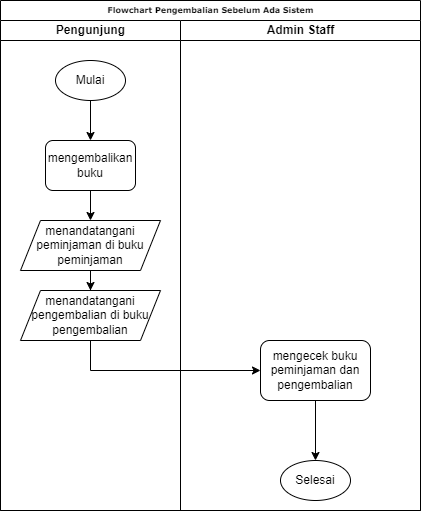
Above: img/Diagram Pusaka-Page-5.drawio.png in rikkamoe/ta-storage (draw.io), before the change. Source tidied: cells renumbered, new cells last; positions are measured from the earlier drawing's top-left corner, leaving out a move shared by most shapes.
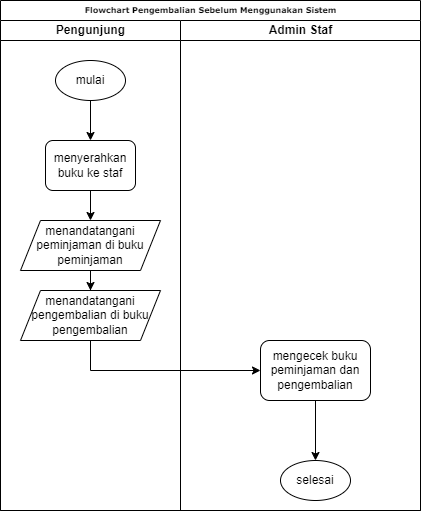
After the commit.

What changed in the source:
```diff
@@ -2,7 +2,7 @@
   <root>
     <mxCell id="0" />
     <mxCell id="1" parent="0" />
-    <mxCell id="2" value="Flowchart Pengembalian Sebelum Ada Sistem" style="swimlane;html=1;startSize=20;rounded=0;shadow=0;labelBackgroundColor=none;strokeWidth=1;fontFamily=Verdana;fontSize=8;align=center;" parent="1" vertex="1">
+    <mxCell id="2" value="Flowchart Pengembalian Sebelum Menggunakan Sistem" style="swimlane;html=1;startSize=20;rounded=0;shadow=0;labelBackgroundColor=none;strokeWidth=1;fontFamily=Verdana;fontSize=8;align=center;" parent="1" vertex="1">
       <mxGeometry width="420" height="510" as="geometry" />
     </mxCell>
     <mxCell id="3" value="Pengunjung" style="swimlane;html=1;startSize=20;" parent="2" vertex="1">
@@ -11,10 +11,10 @@
     <mxCell id="4" style="edgeStyle=orthogonalEdgeStyle;rounded=0;jettySize=auto;html=1;entryX=0.5;entryY=0;entryDx=0;entryDy=0;" parent="3" edge="1" source="5" target="6">
       <mxGeometry relative="1" as="geometry" />
     </mxCell>
-    <mxCell id="5" value="Mulai" style="ellipse;whiteSpace=wrap;html=1;" parent="3" vertex="1">
+    <mxCell id="5" value="mulai" style="ellipse;whiteSpace=wrap;html=1;" parent="3" vertex="1">
       <mxGeometry x="55" y="40" width="70" height="40" as="geometry" />
     </mxCell>
-    <mxCell id="6" value="mengembalikan&lt;br&gt;buku" style="rounded=1;whiteSpace=wrap;html=1;" parent="3" vertex="1">
+    <mxCell id="6" value="menyerahkan buku ke staf" style="rounded=1;whiteSpace=wrap;html=1;" parent="3" vertex="1">
       <mxGeometry x="45" y="120" width="90" height="50" as="geometry" />
     </mxCell>
     <mxCell id="7" value="menandatangani peminjaman di buku peminjaman" style="shape=parallelogram;perimeter=parallelogramPerimeter;whiteSpace=wrap;html=1;fixedSize=1;" parent="3" vertex="1">
@@ -32,7 +32,7 @@
     <mxCell id="11" style="edgeStyle=orthogonalEdgeStyle;rounded=0;jettySize=auto;html=1;entryX=0;entryY=0.5;entryDx=0;entryDy=0;exitX=0.5;exitY=1;exitDx=0;exitDy=0;" parent="2" edge="1" source="9" target="14">
       <mxGeometry relative="1" as="geometry" />
     </mxCell>
-    <mxCell id="12" value="Admin Staff" style="swimlane;html=1;startSize=20;" parent="2" vertex="1">
+    <mxCell id="12" value="Admin Staf" style="swimlane;html=1;startSize=20;" parent="2" vertex="1">
       <mxGeometry x="180" y="20" width="240" height="490" as="geometry" />
     </mxCell>
     <mxCell id="13" style="edgeStyle=orthogonalEdgeStyle;rounded=0;jettySize=auto;html=1;entryX=0.5;entryY=0;entryDx=0;entryDy=0;" parent="12" edge="1" source="14" target="15">
@@ -41,7 +41,7 @@
     <mxCell id="14" value="mengecek buku peminjaman dan pengembalian" style="rounded=1;whiteSpace=wrap;html=1;" parent="12" vertex="1">
       <mxGeometry x="80" y="320" width="110" height="60" as="geometry" />
     </mxCell>
-    <mxCell id="15" value="Selesai" style="ellipse;whiteSpace=wrap;html=1;" parent="12" vertex="1">
+    <mxCell id="15" value="selesai" style="ellipse;whiteSpace=wrap;html=1;" parent="12" vertex="1">
       <mxGeometry x="100" y="440" width="70" height="40" as="geometry" />
     </mxCell>
   </root>
```
